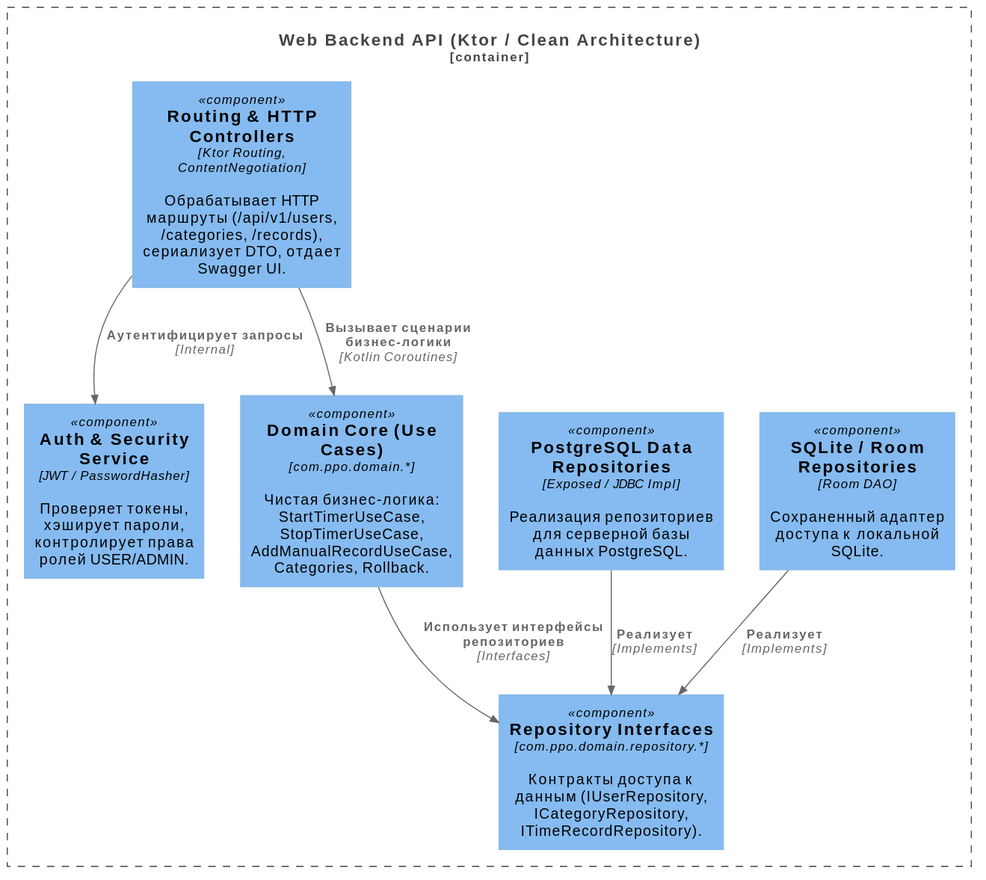
Before: docs/L3_web.svg, a diagram exported from PlantUML (da-fuu/IU7_7sem_Web).
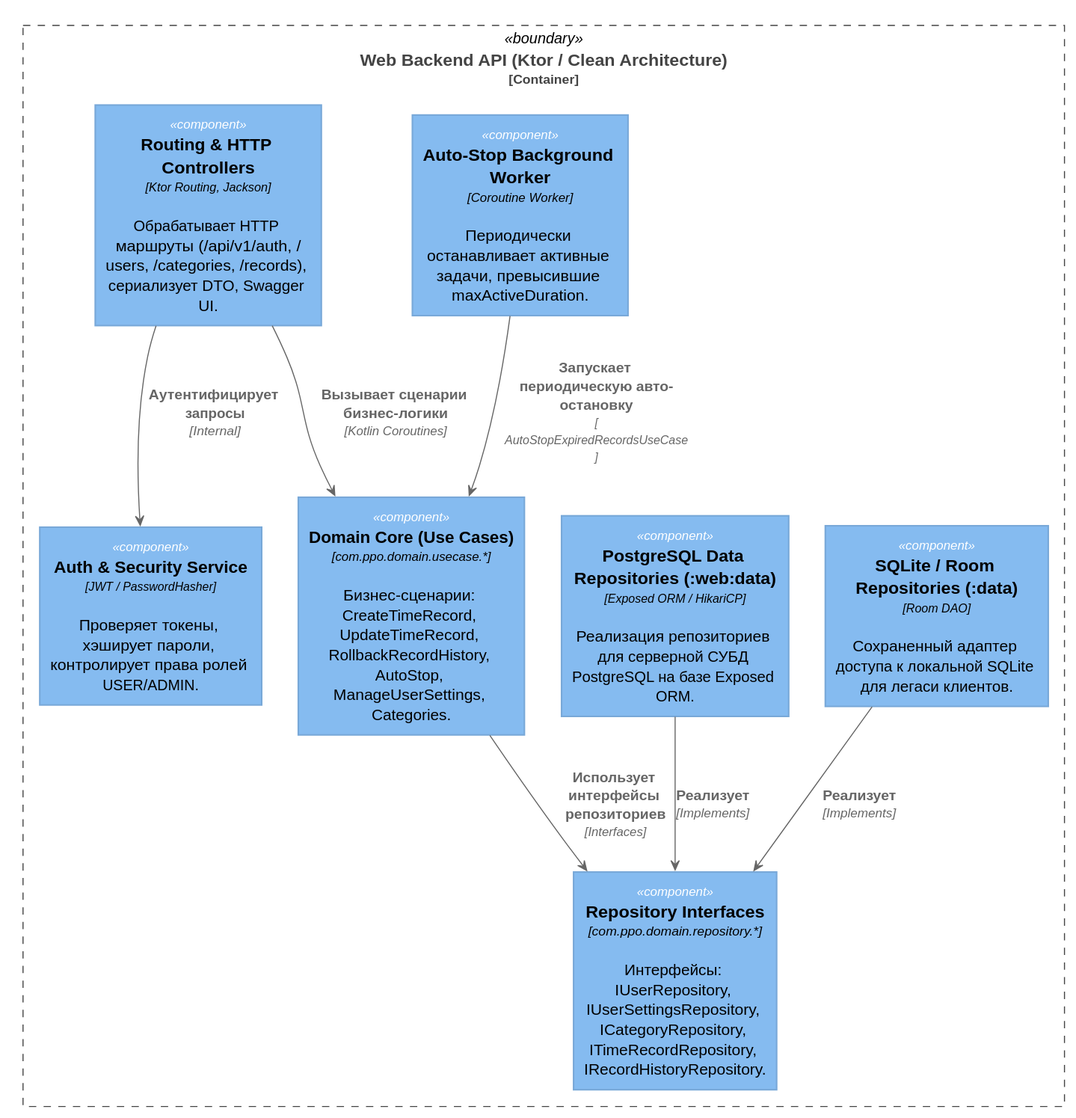
The same diagram one commit later.

Change to the diagram source:
```diff
@@ -1,18 +1,175 @@
 @startuml
-!include <c4/C4_Component.puml>
 
-Container_Boundary(web_backend, "Web Backend API (Ktor / Clean Architecture)") {
-    Component(routing, "Routing & HTTP Controllers", "Ktor Routing, ContentNegotiation", "Обрабатывает HTTP маршруты (/api/v1/users, /categories, /records), сериализует DTO, отдает Swagger UI.")
-    Component(auth_security, "Auth & Security Service", "JWT / PasswordHasher", "Проверяет токены, хэширует пароли, контролирует права ролей USER/ADMIN.")
-    Component(domain_core, "Domain Core (Use Cases)", "com.ppo.domain.*", "Чистая бизнес-логика: StartTimerUseCase, StopTimerUseCase, AddManualRecordUseCase, Categories, Rollback.")
-    Component(repo_interfaces, "Repository Interfaces", "com.ppo.domain.repository.*", "Контракты доступа к данным (IUserRepository, ICategoryRepository, ITimeRecordRepository).")
-    Component(db_postgres, "PostgreSQL Data Repositories", "Exposed / JDBC Impl", "Реализация репозиториев для серверной базы данных PostgreSQL.")
-    Component(db_room, "SQLite / Room Repositories", "Room DAO", "Сохраненный адаптер доступа к локальной SQLite.")
+
+
+
+
+skinparam defaultTextAlignment center
+
+skinparam wrapWidth 200
+skinparam maxMessageSize 150
+
+skinparam rectangle {
+    StereotypeFontSize 12
+    shadowing false
 }
 
-Rel(routing, auth_security, "Аутентифицирует запросы", "Internal")
-Rel(routing, domain_core, "Вызывает сценарии бизнес-логики", "Kotlin Coroutines")
-Rel(domain_core, repo_interfaces, "Использует интерфейсы репозиториев", "Interfaces")
-Rel(db_postgres, repo_interfaces, "Реализует", "Implements")
-Rel(db_room, repo_interfaces, "Реализует", "Implements")
+skinparam database {
+    StereotypeFontSize 12
+    shadowing false
+}
+
+skinparam Arrow {
+    Color #666666
+    FontColor #666666
+    FontSize 12
+}
+
+skinparam rectangle<<boundary>> {
+    Shadowing false
+    StereotypeFontSize 0
+    FontColor #444444
+    BorderColor #444444
+    BorderStyle dashed
+}
+
+
+
+
+
+
+
+
+
+
+
+
+
+
+
+
+
+
+
+
+
+
+skinparam rectangle<<person>> {
+    StereotypeFontColor #FFFFFF
+    FontColor #FFFFFF
+    BackgroundColor #08427B
+    BorderColor #073B6F
+}
+
+skinparam rectangle<<external_person>> {
+    StereotypeFontColor #FFFFFF
+    FontColor #FFFFFF
+    BackgroundColor #686868
+    BorderColor #8A8A8A
+}
+
+skinparam rectangle<<system>> {
+    StereotypeFontColor #FFFFFF
+    FontColor #FFFFFF
+    BackgroundColor #1168BD
+    BorderColor #3C7FC0
+}
+
+skinparam rectangle<<external_system>> {
+    StereotypeFontColor #FFFFFF
+    FontColor #FFFFFF
+    BackgroundColor #999999
+    BorderColor #8A8A8A
+}
+
+skinparam database<<system>> {
+    StereotypeFontColor #FFFFFF
+    FontColor #FFFFFF
+    BackgroundColor #1168BD
+    BorderColor #3C7FC0
+}
+
+skinparam database<<external_system>> {
+    StereotypeFontColor #FFFFFF
+    FontColor #FFFFFF
+    BackgroundColor #999999
+    BorderColor #8A8A8A
+}
+
+
+
+
+
+
+
+
+
+
+
+
+
+
+
+
+skinparam rectangle<<container>> {
+    StereotypeFontColor #FFFFFF
+    FontColor #FFFFFF
+    BackgroundColor #438DD5
+    BorderColor #3C7FC0
+}
+
+skinparam database<<container>> {
+    StereotypeFontColor #FFFFFF
+    FontColor #FFFFFF
+    BackgroundColor #438DD5
+    BorderColor #3C7FC0
+}
+
+
+
+
+
+
+
+
+
+
+
+
+skinparam rectangle<<component>> {
+    StereotypeFontColor #FFFFFF
+    FontColor #000000
+    BackgroundColor #85BBF0
+    BorderColor #78A8D8
+}
+
+skinparam database<<component>> {
+    StereotypeFontColor #FFFFFF
+    FontColor #000000
+    BackgroundColor #85BBF0
+    BorderColor #78A8D8
+}
+
+
+
+
+
+
+rectangle "==Web Backend API (Ktor / Clean Architecture)\n<size:12>[Container]</size>" <<boundary>> as web_backend {
+    rectangle "==Routing & HTTP Controllers\n//<size:12>[Ktor Routing, Jackson]</size>//\n\n Обрабатывает HTTP маршруты (/api/v1/auth, /users, /categories, /records), сериализует DTO, Swagger UI." <<component>> as routing
+    rectangle "==Auth & Security Service\n//<size:12>[JWT / PasswordHasher]</size>//\n\n Проверяет токены, хэширует пароли, контролирует права ролей USER/ADMIN." <<component>> as auth_security
+    rectangle "==Auto-Stop Background Worker\n//<size:12>[Coroutine Worker]</size>//\n\n Периодически останавливает активные задачи, превысившие maxActiveDuration." <<component>> as auto_stop_worker
+    rectangle "==Domain Core (Use Cases)\n//<size:12>[com.ppo.domain.usecase.*]</size>//\n\n Бизнес-сценарии: CreateTimeRecord, UpdateTimeRecord, RollbackRecordHistory, AutoStop, ManageUserSettings, Categories." <<component>> as domain_core
+    rectangle "==Repository Interfaces\n//<size:12>[com.ppo.domain.repository.*]</size>//\n\n Интерфейсы: IUserRepository, IUserSettingsRepository, ICategoryRepository, ITimeRecordRepository, IRecordHistoryRepository." <<component>> as repo_interfaces
+    rectangle "==PostgreSQL Data Repositories (:web:data)\n//<size:12>[Exposed ORM / HikariCP]</size>//\n\n Реализация репозиториев для серверной СУБД PostgreSQL на базе Exposed ORM." <<component>> as db_postgres
+    rectangle "==SQLite / Room Repositories (:data)\n//<size:12>[Room DAO]</size>//\n\n Сохраненный адаптер доступа к локальной SQLite для легаси клиентов." <<component>> as db_room
+}
+
+routing --> auth_security : "===Аутентифицирует запросы\n//<size:12>[Internal]</size>//"
+routing --> domain_core : "===Вызывает сценарии бизнес-логики\n//<size:12>[Kotlin Coroutines]</size>//"
+auto_stop_worker --> domain_core : "===Запускает периодическую авто-остановку\n//<size:12>[AutoStopExpiredRecordsUseCase]</size>//"
+domain_core --> repo_interfaces : "===Использует интерфейсы репозиториев\n//<size:12>[Interfaces]</size>//"
+db_postgres --> repo_interfaces : "===Реализует\n//<size:12>[Implements]</size>//"
+db_room --> repo_interfaces : "===Реализует\n//<size:12>[Implements]</size>//"
+
 @enduml
```
